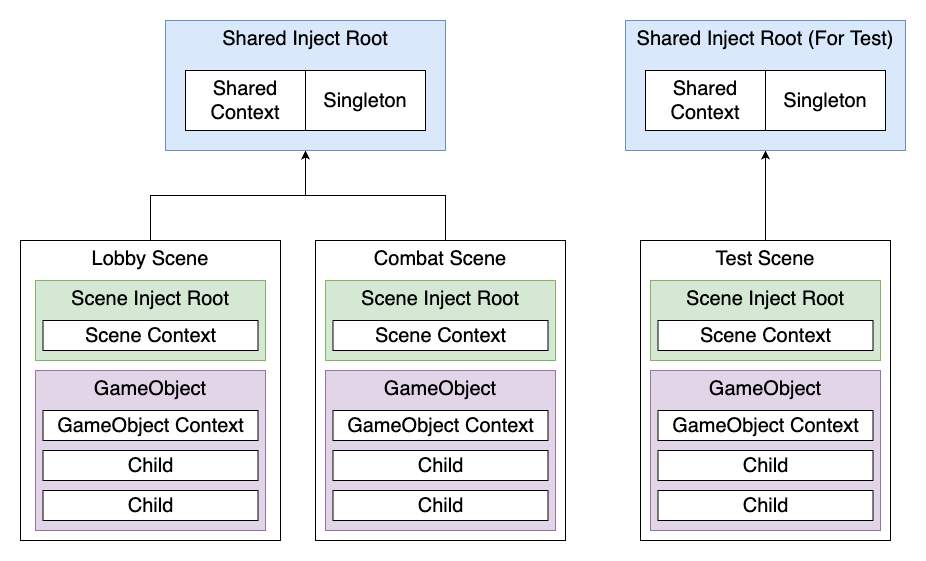
Earlier version of the draw.io export .github/images/hierarchy.png (cathei/PinInject). Source tidied: cells renumbered, new cells last; positions are measured from the earlier drawing's top-left corner, leaving out a move shared by most shapes. Source of this version:
```xml
<mxGraphModel>
  <root>
    <mxCell id="0" />
    <mxCell id="1" parent="0" />
    <mxCell id="2" value="Lobby Scene" style="rounded=0;whiteSpace=wrap;html=1;fontSize=20;verticalAlign=top;" parent="1" vertex="1">
      <mxGeometry y="220" width="260" height="300" as="geometry" />
    </mxCell>
    <mxCell id="3" value="GameObject" style="rounded=0;whiteSpace=wrap;html=1;fillColor=#e1d5e7;strokeColor=#9673a6;verticalAlign=top;fontSize=20;" parent="1" vertex="1">
      <mxGeometry x="15" y="350" width="230" height="160" as="geometry" />
    </mxCell>
    <mxCell id="4" style="edgeStyle=orthogonalEdgeStyle;rounded=0;jettySize=auto;html=1;entryX=0.5;entryY=1;entryDx=0;entryDy=0;fontSize=20;" parent="1" edge="1" source="5" target="12">
      <mxGeometry relative="1" as="geometry" />
    </mxCell>
    <mxCell id="5" value="Test Scene" style="rounded=0;whiteSpace=wrap;html=1;fontSize=20;verticalAlign=top;" parent="1" vertex="1">
      <mxGeometry x="620" y="220" width="250" height="300" as="geometry" />
    </mxCell>
    <mxCell id="6" style="edgeStyle=orthogonalEdgeStyle;rounded=0;jettySize=auto;html=1;fontSize=20;" parent="1" edge="1" source="7">
      <mxGeometry relative="1" as="geometry">
        <mxPoint x="285" y="130" as="targetPoint" />
        <Array as="points">
          <mxPoint x="425" y="175" />
          <mxPoint x="285" y="175" />
        </Array>
      </mxGeometry>
    </mxCell>
    <mxCell id="7" value="Combat Scene" style="rounded=0;whiteSpace=wrap;html=1;fontSize=20;verticalAlign=top;" parent="1" vertex="1">
      <mxGeometry x="295" y="220" width="250" height="300" as="geometry" />
    </mxCell>
    <mxCell id="8" style="edgeStyle=orthogonalEdgeStyle;rounded=0;jettySize=auto;html=1;entryX=0.5;entryY=1;entryDx=0;entryDy=0;fontSize=20;" parent="1" edge="1" source="2" target="9">
      <mxGeometry relative="1" as="geometry" />
    </mxCell>
    <mxCell id="9" value="Shared Inject Root" style="rounded=0;whiteSpace=wrap;html=1;fillColor=#dae8fc;strokeColor=#6c8ebf;verticalAlign=top;fontSize=20;" parent="1" vertex="1">
      <mxGeometry x="145" width="280" height="130" as="geometry" />
    </mxCell>
    <mxCell id="10" value="Singleton" style="rounded=0;whiteSpace=wrap;html=1;fontSize=20;" parent="1" vertex="1">
      <mxGeometry x="285" y="50" width="120" height="60" as="geometry" />
    </mxCell>
    <mxCell id="11" value="Shared Context" style="rounded=0;whiteSpace=wrap;html=1;fontSize=20;" parent="1" vertex="1">
      <mxGeometry x="165" y="50" width="120" height="60" as="geometry" />
    </mxCell>
    <mxCell id="12" value="Shared Inject Root (For Test)" style="rounded=0;whiteSpace=wrap;html=1;fillColor=#dae8fc;strokeColor=#6c8ebf;verticalAlign=top;fontSize=20;" parent="1" vertex="1">
      <mxGeometry x="605" width="280" height="130" as="geometry" />
    </mxCell>
    <mxCell id="13" value="Singleton" style="rounded=0;whiteSpace=wrap;html=1;fontSize=20;" parent="1" vertex="1">
      <mxGeometry x="745" y="50" width="120" height="60" as="geometry" />
    </mxCell>
    <mxCell id="14" value="Shared Context" style="rounded=0;whiteSpace=wrap;html=1;fontSize=20;" parent="1" vertex="1">
      <mxGeometry x="625" y="50" width="120" height="60" as="geometry" />
    </mxCell>
    <mxCell id="15" value="Scene Inject Root" style="rounded=0;whiteSpace=wrap;html=1;fillColor=#d5e8d4;strokeColor=#82b366;verticalAlign=top;fontSize=20;" parent="1" vertex="1">
      <mxGeometry x="15" y="260" width="230" height="80" as="geometry" />
    </mxCell>
    <mxCell id="16" value="Scene Context" style="rounded=0;whiteSpace=wrap;html=1;fontSize=20;" parent="1" vertex="1">
      <mxGeometry x="22.5" y="300" width="215" height="30" as="geometry" />
    </mxCell>
    <mxCell id="17" value="Scene Inject Root" style="rounded=0;whiteSpace=wrap;html=1;fillColor=#d5e8d4;strokeColor=#82b366;verticalAlign=top;fontSize=20;" parent="1" vertex="1">
      <mxGeometry x="305" y="260" width="230" height="80" as="geometry" />
    </mxCell>
    <mxCell id="18" value="Scene Context" style="rounded=0;whiteSpace=wrap;html=1;fontSize=20;" parent="1" vertex="1">
      <mxGeometry x="312.5" y="300" width="215" height="30" as="geometry" />
    </mxCell>
    <mxCell id="19" value="Scene Inject Root" style="rounded=0;whiteSpace=wrap;html=1;fillColor=#d5e8d4;strokeColor=#82b366;verticalAlign=top;fontSize=20;" parent="1" vertex="1">
      <mxGeometry x="630" y="260" width="230" height="80" as="geometry" />
    </mxCell>
    <mxCell id="20" value="Scene Context" style="rounded=0;whiteSpace=wrap;html=1;fontSize=20;" parent="1" vertex="1">
      <mxGeometry x="637.5" y="300" width="215" height="30" as="geometry" />
    </mxCell>
    <mxCell id="21" value="GameObject Context" style="rounded=0;whiteSpace=wrap;html=1;fontSize=20;" parent="1" vertex="1">
      <mxGeometry x="22.5" y="390" width="215" height="30" as="geometry" />
    </mxCell>
    <mxCell id="22" value="Child" style="rounded=0;whiteSpace=wrap;html=1;fontSize=20;" parent="1" vertex="1">
      <mxGeometry x="22.5" y="430" width="215" height="30" as="geometry" />
    </mxCell>
    <mxCell id="23" value="Child" style="rounded=0;whiteSpace=wrap;html=1;fontSize=20;" parent="1" vertex="1">
      <mxGeometry x="22.5" y="470" width="215" height="30" as="geometry" />
    </mxCell>
    <mxCell id="24" value="GameObject" style="rounded=0;whiteSpace=wrap;html=1;fillColor=#e1d5e7;strokeColor=#9673a6;verticalAlign=top;fontSize=20;" parent="1" vertex="1">
      <mxGeometry x="305" y="350" width="230" height="160" as="geometry" />
    </mxCell>
    <mxCell id="25" value="GameObject Context" style="rounded=0;whiteSpace=wrap;html=1;fontSize=20;" parent="1" vertex="1">
      <mxGeometry x="312.5" y="390" width="215" height="30" as="geometry" />
    </mxCell>
    <mxCell id="26" value="Child" style="rounded=0;whiteSpace=wrap;html=1;fontSize=20;" parent="1" vertex="1">
      <mxGeometry x="312.5" y="430" width="215" height="30" as="geometry" />
    </mxCell>
    <mxCell id="27" value="Child" style="rounded=0;whiteSpace=wrap;html=1;fontSize=20;" parent="1" vertex="1">
      <mxGeometry x="312.5" y="470" width="215" height="30" as="geometry" />
    </mxCell>
    <mxCell id="28" value="GameObject" style="rounded=0;whiteSpace=wrap;html=1;fillColor=#e1d5e7;strokeColor=#9673a6;verticalAlign=top;fontSize=20;" parent="1" vertex="1">
      <mxGeometry x="630" y="350" width="230" height="160" as="geometry" />
    </mxCell>
    <mxCell id="29" value="GameObject Context" style="rounded=0;whiteSpace=wrap;html=1;fontSize=20;" parent="1" vertex="1">
      <mxGeometry x="637.5" y="390" width="215" height="30" as="geometry" />
    </mxCell>
    <mxCell id="30" value="Child" style="rounded=0;whiteSpace=wrap;html=1;fontSize=20;" parent="1" vertex="1">
      <mxGeometry x="637.5" y="430" width="215" height="30" as="geometry" />
    </mxCell>
    <mxCell id="31" value="Child" style="rounded=0;whiteSpace=wrap;html=1;fontSize=20;" parent="1" vertex="1">
      <mxGeometry x="637.5" y="470" width="215" height="30" as="geometry" />
    </mxCell>
  </root>
</mxGraphModel>
```
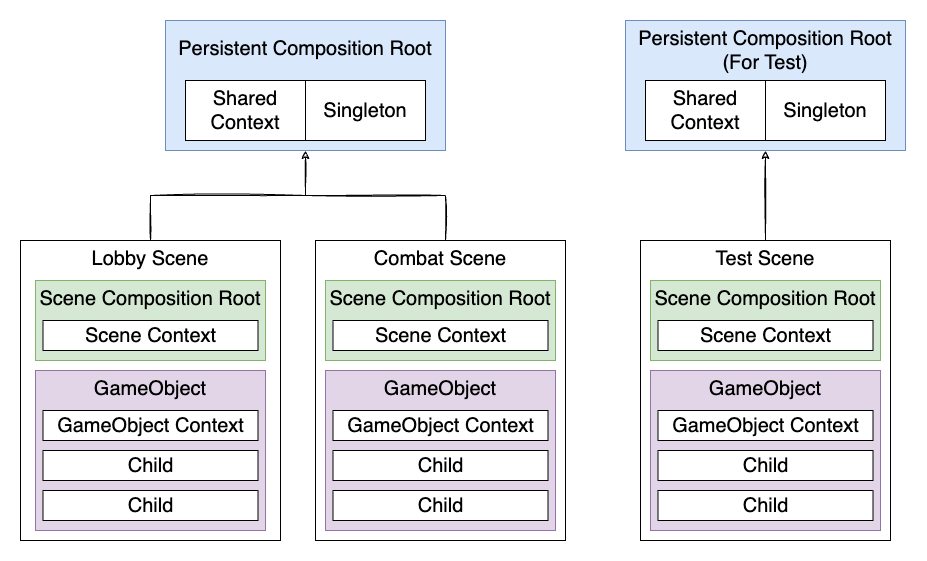
After the commit.

The edit, as a diff of the source:
```diff
@@ -8,13 +8,13 @@
     <mxCell id="3" value="GameObject" style="rounded=0;whiteSpace=wrap;html=1;fillColor=#e1d5e7;strokeColor=#9673a6;verticalAlign=top;fontSize=20;" parent="1" vertex="1">
       <mxGeometry x="15" y="350" width="230" height="160" as="geometry" />
     </mxCell>
-    <mxCell id="4" style="edgeStyle=orthogonalEdgeStyle;rounded=0;jettySize=auto;html=1;entryX=0.5;entryY=1;entryDx=0;entryDy=0;fontSize=20;" parent="1" edge="1" source="5" target="12">
+    <mxCell id="4" style="edgeStyle=orthogonalEdgeStyle;rounded=0;jettySize=auto;html=1;entryX=0.5;entryY=1;entryDx=0;entryDy=0;fontSize=20;sketch=1;strokeWidth=1;" parent="1" edge="1" source="5" target="12">
       <mxGeometry relative="1" as="geometry" />
     </mxCell>
     <mxCell id="5" value="Test Scene" style="rounded=0;whiteSpace=wrap;html=1;fontSize=20;verticalAlign=top;" parent="1" vertex="1">
       <mxGeometry x="620" y="220" width="250" height="300" as="geometry" />
     </mxCell>
-    <mxCell id="6" style="edgeStyle=orthogonalEdgeStyle;rounded=0;jettySize=auto;html=1;fontSize=20;" parent="1" edge="1" source="7">
+    <mxCell id="6" style="edgeStyle=orthogonalEdgeStyle;rounded=0;jettySize=auto;html=1;fontSize=20;sketch=1;strokeWidth=1;" parent="1" edge="1" source="7">
       <mxGeometry relative="1" as="geometry">
         <mxPoint x="285" y="130" as="targetPoint" />
         <Array as="points">
@@ -26,40 +26,40 @@
     <mxCell id="7" value="Combat Scene" style="rounded=0;whiteSpace=wrap;html=1;fontSize=20;verticalAlign=top;" parent="1" vertex="1">
       <mxGeometry x="295" y="220" width="250" height="300" as="geometry" />
     </mxCell>
-    <mxCell id="8" style="edgeStyle=orthogonalEdgeStyle;rounded=0;jettySize=auto;html=1;entryX=0.5;entryY=1;entryDx=0;entryDy=0;fontSize=20;" parent="1" edge="1" source="2" target="9">
+    <mxCell id="8" style="edgeStyle=orthogonalEdgeStyle;rounded=0;jettySize=auto;html=1;entryX=0.5;entryY=1;entryDx=0;entryDy=0;fontSize=20;sketch=1;strokeWidth=1;" parent="1" edge="1" source="2" target="9">
       <mxGeometry relative="1" as="geometry" />
     </mxCell>
-    <mxCell id="9" value="Shared Inject Root" style="rounded=0;whiteSpace=wrap;html=1;fillColor=#dae8fc;strokeColor=#6c8ebf;verticalAlign=top;fontSize=20;" parent="1" vertex="1">
+    <mxCell id="9" value="&lt;p style=&quot;line-height: 0.2;&quot;&gt;Persistent Composition&amp;nbsp;Root&lt;/p&gt;" style="rounded=0;whiteSpace=wrap;html=1;fillColor=#dae8fc;strokeColor=#6c8ebf;verticalAlign=top;fontSize=20;" parent="1" vertex="1">
       <mxGeometry x="145" width="280" height="130" as="geometry" />
     </mxCell>
     <mxCell id="10" value="Singleton" style="rounded=0;whiteSpace=wrap;html=1;fontSize=20;" parent="1" vertex="1">
-      <mxGeometry x="285" y="50" width="120" height="60" as="geometry" />
+      <mxGeometry x="285" y="60" width="120" height="60" as="geometry" />
     </mxCell>
     <mxCell id="11" value="Shared Context" style="rounded=0;whiteSpace=wrap;html=1;fontSize=20;" parent="1" vertex="1">
-      <mxGeometry x="165" y="50" width="120" height="60" as="geometry" />
+      <mxGeometry x="165" y="60" width="120" height="60" as="geometry" />
     </mxCell>
-    <mxCell id="12" value="Shared Inject Root (For Test)" style="rounded=0;whiteSpace=wrap;html=1;fillColor=#dae8fc;strokeColor=#6c8ebf;verticalAlign=top;fontSize=20;" parent="1" vertex="1">
+    <mxCell id="12" value="Persistent Composition&amp;nbsp;Root (For Test)" style="rounded=0;whiteSpace=wrap;html=1;fillColor=#dae8fc;strokeColor=#6c8ebf;verticalAlign=top;fontSize=20;" parent="1" vertex="1">
       <mxGeometry x="605" width="280" height="130" as="geometry" />
     </mxCell>
     <mxCell id="13" value="Singleton" style="rounded=0;whiteSpace=wrap;html=1;fontSize=20;" parent="1" vertex="1">
-      <mxGeometry x="745" y="50" width="120" height="60" as="geometry" />
+      <mxGeometry x="745" y="60" width="120" height="60" as="geometry" />
     </mxCell>
     <mxCell id="14" value="Shared Context" style="rounded=0;whiteSpace=wrap;html=1;fontSize=20;" parent="1" vertex="1">
-      <mxGeometry x="625" y="50" width="120" height="60" as="geometry" />
+      <mxGeometry x="625" y="60" width="120" height="60" as="geometry" />
     </mxCell>
-    <mxCell id="15" value="Scene Inject Root" style="rounded=0;whiteSpace=wrap;html=1;fillColor=#d5e8d4;strokeColor=#82b366;verticalAlign=top;fontSize=20;" parent="1" vertex="1">
+    <mxCell id="15" value="Scene Composition Root" style="rounded=0;whiteSpace=wrap;html=1;fillColor=#d5e8d4;strokeColor=#82b366;verticalAlign=top;fontSize=20;" parent="1" vertex="1">
       <mxGeometry x="15" y="260" width="230" height="80" as="geometry" />
     </mxCell>
     <mxCell id="16" value="Scene Context" style="rounded=0;whiteSpace=wrap;html=1;fontSize=20;" parent="1" vertex="1">
       <mxGeometry x="22.5" y="300" width="215" height="30" as="geometry" />
     </mxCell>
-    <mxCell id="17" value="Scene Inject Root" style="rounded=0;whiteSpace=wrap;html=1;fillColor=#d5e8d4;strokeColor=#82b366;verticalAlign=top;fontSize=20;" parent="1" vertex="1">
+    <mxCell id="17" value="Scene Composition&amp;nbsp;Root" style="rounded=0;whiteSpace=wrap;html=1;fillColor=#d5e8d4;strokeColor=#82b366;verticalAlign=top;fontSize=20;" parent="1" vertex="1">
       <mxGeometry x="305" y="260" width="230" height="80" as="geometry" />
     </mxCell>
     <mxCell id="18" value="Scene Context" style="rounded=0;whiteSpace=wrap;html=1;fontSize=20;" parent="1" vertex="1">
       <mxGeometry x="312.5" y="300" width="215" height="30" as="geometry" />
     </mxCell>
-    <mxCell id="19" value="Scene Inject Root" style="rounded=0;whiteSpace=wrap;html=1;fillColor=#d5e8d4;strokeColor=#82b366;verticalAlign=top;fontSize=20;" parent="1" vertex="1">
+    <mxCell id="19" value="Scene Composition&amp;nbsp;Root" style="rounded=0;whiteSpace=wrap;html=1;fillColor=#d5e8d4;strokeColor=#82b366;verticalAlign=top;fontSize=20;" parent="1" vertex="1">
       <mxGeometry x="630" y="260" width="230" height="80" as="geometry" />
     </mxCell>
     <mxCell id="20" value="Scene Context" style="rounded=0;whiteSpace=wrap;html=1;fontSize=20;" parent="1" vertex="1">
```
